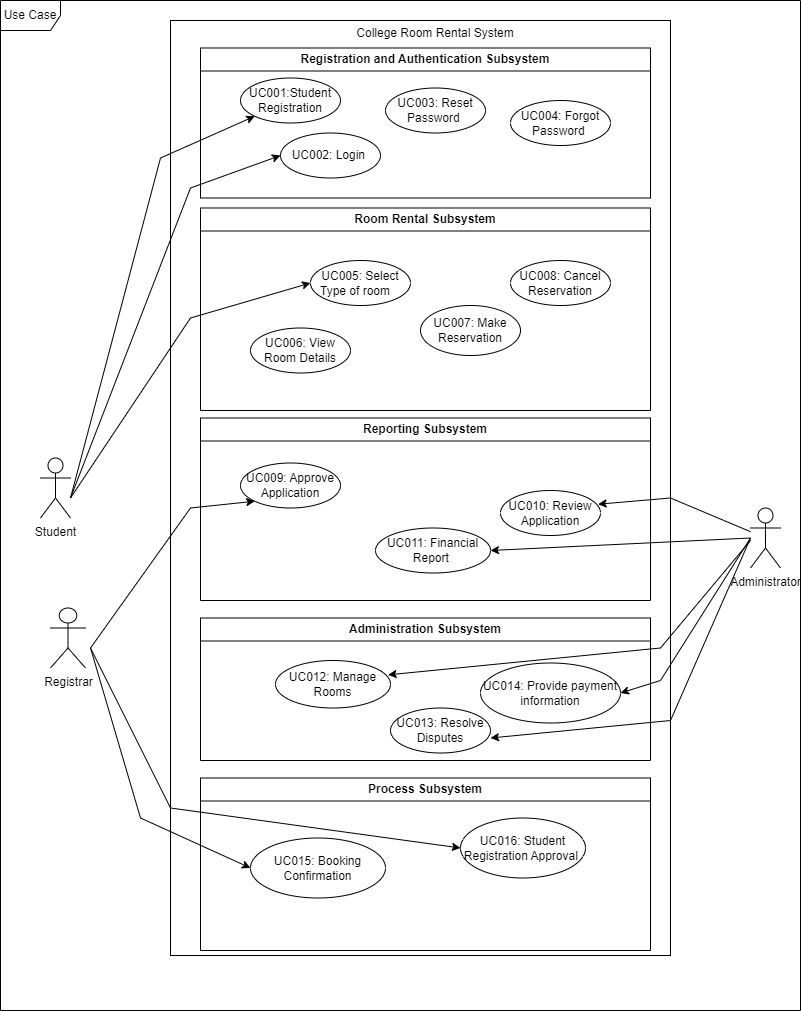
Earlier version of the draw.io export project/drawio/Alpha/useCasediagram.drawio.png (drshahizan/software-engineering). Source tidied: cells renumbered, new cells last; positions are measured from the earlier drawing's top-left corner, leaving out a move shared by most shapes.
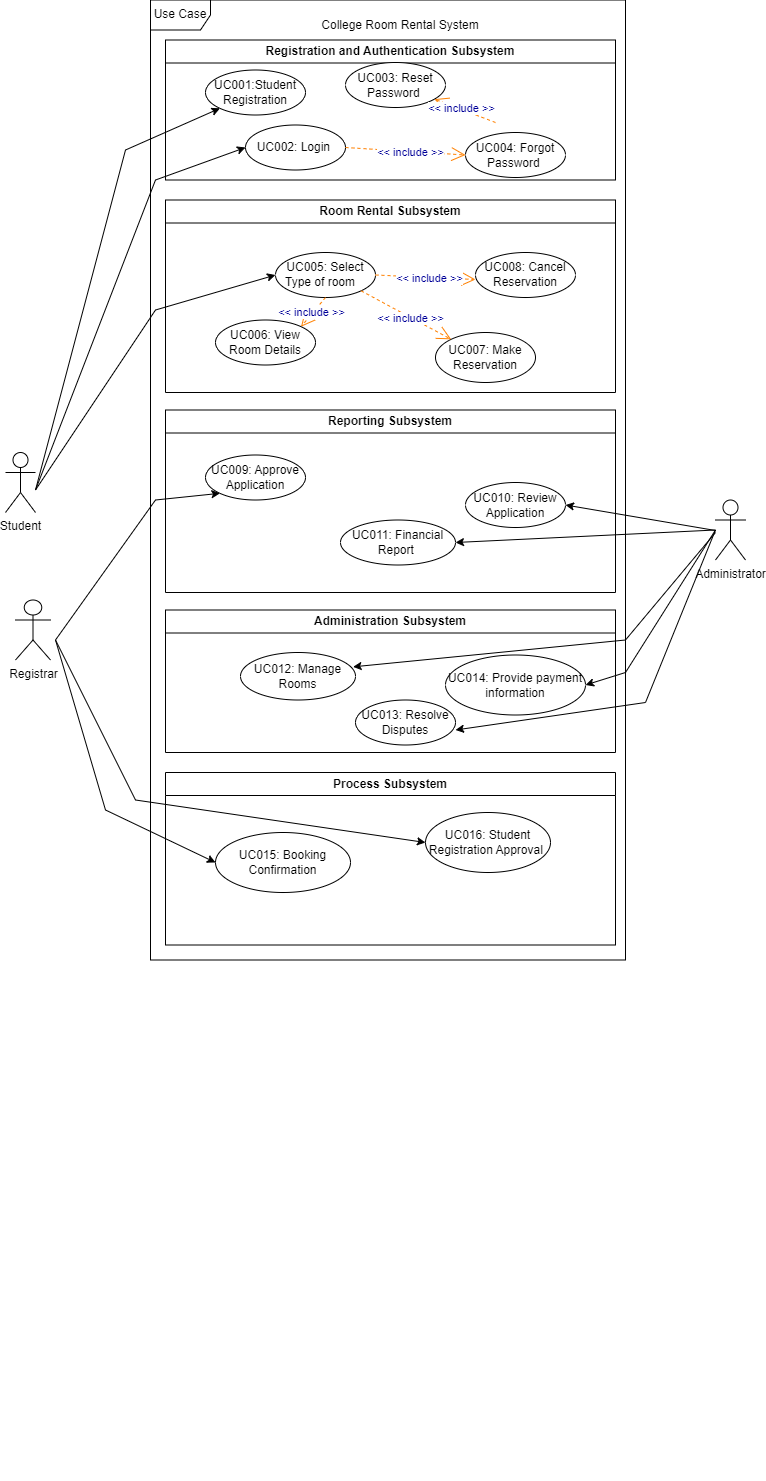
Above is the later version.

Diff of the diagram source:
```diff
@@ -5,8 +5,11 @@
     <mxCell id="2" value="College Room Rental System" style="text;html=1;strokeColor=none;fillColor=none;align=center;verticalAlign=middle;whiteSpace=wrap;rounded=0;" parent="1" vertex="1">
       <mxGeometry x="290" y="17.5" width="290" height="30" as="geometry" />
     </mxCell>
+    <mxCell id="40" style="group;" parent="1" vertex="1">
+      <mxGeometry x="50" y="47.5" width="730" height="1440" as="geometry" />
+    </mxCell>
-    <mxCell id="3" value="Registration and Authentication Subsystem" style="swimlane;whiteSpace=wrap;html=1;" parent="1" vertex="1">
-      <mxGeometry x="200" y="47.5" width="450" height="150" as="geometry" />
+    <mxCell id="3" value="Registration and Authentication Subsystem" style="swimlane;whiteSpace=wrap;html=1;" parent="40" vertex="1">
+      <mxGeometry x="150" width="450" height="140" as="geometry" />
     </mxCell>
     <mxCell id="4" value="UC001:Student Registration" style="ellipse;whiteSpace=wrap;html=1;" parent="3" vertex="1">
       <mxGeometry x="40" y="30" width="100" height="45" as="geometry" />
@@ -15,16 +18,30 @@
       <mxGeometry x="80" y="85" width="100" height="45" as="geometry" />
     </mxCell>
     <mxCell id="6" value="UC003: Reset Password&amp;nbsp;" style="ellipse;whiteSpace=wrap;html=1;" parent="3" vertex="1">
-      <mxGeometry x="185" y="40" width="100" height="45" as="geometry" />
+      <mxGeometry x="180" y="22.5" width="100" height="45" as="geometry" />
     </mxCell>
+    <mxCell id="41" value="&amp;lt;&amp;lt; include &amp;gt;&amp;gt;" style="endArrow=open;endSize=12;dashed=1;html=1;fontColor=#000099;strokeColor=#FF8000;" parent="3" edge="1" target="6">
+      <mxGeometry x="0.09" y="-1" relative="1" as="geometry">
+        <mxPoint x="330" y="82.5" as="sourcePoint" />
+      </mxGeometry>
+    </mxCell>
+    <mxCell id="24" value="UC004: Forgot Password&amp;nbsp;" style="ellipse;whiteSpace=wrap;html=1;" parent="3" vertex="1">
+      <mxGeometry x="300" y="92.5" width="100" height="45" as="geometry" />
+    </mxCell>
+    <mxCell id="42" value="&amp;lt;&amp;lt; include &amp;gt;&amp;gt;" style="endArrow=open;endSize=12;dashed=1;html=1;entryX=0;entryY=0.5;fontColor=#000099;strokeColor=#FF8000;entryDx=0;entryDy=0;exitX=1;exitY=0.5;exitDx=0;exitDy=0;" parent="3" edge="1" source="5" target="24">
+      <mxGeometry x="0.09" y="-1" relative="1" as="geometry" />
+    </mxCell>
+    <mxCell id="20" value="Use Case" style="shape=umlFrame;whiteSpace=wrap;html=1;" parent="3" vertex="1">
+      <mxGeometry x="-15" y="-40" width="475" height="960" as="geometry" />
+    </mxCell>
-    <mxCell id="7" value="Room Rental Subsystem" style="swimlane;whiteSpace=wrap;html=1;" parent="1" vertex="1">
-      <mxGeometry x="200" y="207.5" width="450" height="202.5" as="geometry" />
+    <mxCell id="7" value="Room Rental Subsystem" style="swimlane;whiteSpace=wrap;html=1;" parent="40" vertex="1">
+      <mxGeometry x="150" y="160" width="450" height="192.5" as="geometry" />
     </mxCell>
     <mxCell id="8" value="UC006: View Room Details" style="ellipse;whiteSpace=wrap;html=1;" parent="7" vertex="1">
       <mxGeometry x="50" y="120" width="100" height="45" as="geometry" />
     </mxCell>
     <mxCell id="9" value="UC007: Make Reservation" style="ellipse;whiteSpace=wrap;html=1;" parent="7" vertex="1">
-      <mxGeometry x="220" y="97.5" width="100" height="50" as="geometry" />
+      <mxGeometry x="270" y="132.5" width="100" height="50" as="geometry" />
     </mxCell>
     <mxCell id="10" value="UC005: Select Type of room&amp;nbsp; &amp;nbsp;" style="ellipse;whiteSpace=wrap;html=1;" parent="7" vertex="1">
       <mxGeometry x="110" y="52.5" width="100" height="45" as="geometry" />
@@ -32,8 +49,26 @@
     <mxCell id="11" value="UC008: Cancel Reservation" style="ellipse;whiteSpace=wrap;html=1;" parent="7" vertex="1">
       <mxGeometry x="310" y="52.5" width="100" height="45" as="geometry" />
     </mxCell>
+    <mxCell id="43" value="&amp;lt;&amp;lt; include &amp;gt;&amp;gt;" style="endArrow=open;endSize=12;dashed=1;html=1;entryX=1;entryY=0;fontColor=#000099;strokeColor=#FF8000;entryDx=0;entryDy=0;exitX=0.5;exitY=1;exitDx=0;exitDy=0;" parent="7" edge="1" source="10" target="8">
+      <mxGeometry x="0.09" y="-1" relative="1" as="geometry" />
+    </mxCell>
+    <mxCell id="44" value="&amp;lt;&amp;lt; include &amp;gt;&amp;gt;" style="endArrow=open;endSize=12;dashed=1;html=1;fontColor=#000099;strokeColor=#FF8000;exitX=1;exitY=1;exitDx=0;exitDy=0;" parent="7" edge="1" source="10" target="9">
+      <mxGeometry x="0.09" y="-1" relative="1" as="geometry" />
+    </mxCell>
+    <mxCell id="16" value="Process Subsystem" style="swimlane;whiteSpace=wrap;html=1;" parent="40" vertex="1">
+      <mxGeometry x="150" y="732.5" width="450" height="172.5" as="geometry" />
+    </mxCell>
+    <mxCell id="17" value="UC015: Booking Confirmation" style="ellipse;whiteSpace=wrap;html=1;" parent="16" vertex="1">
+      <mxGeometry x="50" y="60" width="135" height="60" as="geometry" />
+    </mxCell>
+    <mxCell id="18" value="UC016: Student Registration Approval&amp;nbsp;" style="ellipse;whiteSpace=wrap;html=1;" parent="16" vertex="1">
+      <mxGeometry x="260" y="40" width="125" height="60" as="geometry" />
+    </mxCell>
+    <mxCell id="21" value="Student" style="shape=umlActor;verticalLabelPosition=bottom;verticalAlign=top;html=1;" parent="16" vertex="1">
+      <mxGeometry x="-160" y="-320" width="30" height="60" as="geometry" />
+    </mxCell>
-    <mxCell id="12" value="Reporting Subsystem" style="swimlane;whiteSpace=wrap;html=1;" parent="1" vertex="1">
-      <mxGeometry x="200" y="417.5" width="450" height="182.5" as="geometry" />
+    <mxCell id="12" value="Reporting Subsystem" style="swimlane;whiteSpace=wrap;html=1;" parent="40" vertex="1">
+      <mxGeometry x="150" y="370" width="450" height="182.5" as="geometry" />
     </mxCell>
     <mxCell id="13" value="UC009: Approve Application" style="ellipse;whiteSpace=wrap;html=1;" parent="12" vertex="1">
       <mxGeometry x="40" y="45" width="100" height="45" as="geometry" />
@@ -44,35 +79,19 @@
     <mxCell id="15" value="UC011: Financial Report&amp;nbsp;" style="ellipse;whiteSpace=wrap;html=1;" parent="12" vertex="1">
       <mxGeometry x="175" y="110" width="115" height="45" as="geometry" />
     </mxCell>
-    <mxCell id="16" value="Process Subsystem" style="swimlane;whiteSpace=wrap;html=1;" parent="1" vertex="1">
-      <mxGeometry x="200" y="777.5" width="450" height="172.5" as="geometry" />
-    </mxCell>
-    <mxCell id="17" value="UC015: Booking Confirmation" style="ellipse;whiteSpace=wrap;html=1;" parent="16" vertex="1">
-      <mxGeometry x="50" y="60" width="135" height="60" as="geometry" />
-    </mxCell>
-    <mxCell id="18" value="UC016: Student Registration Approval&amp;nbsp;" style="ellipse;whiteSpace=wrap;html=1;" parent="16" vertex="1">
-      <mxGeometry x="260" y="40" width="125" height="60" as="geometry" />
-    </mxCell>
-    <mxCell id="19" style="rounded=0;whiteSpace=wrap;html=1;fillColor=none;" parent="16" vertex="1">
-      <mxGeometry x="-30" y="-757.5" width="500" height="935" as="geometry" />
-    </mxCell>
-    <mxCell id="20" value="Use Case" style="shape=umlFrame;whiteSpace=wrap;html=1;" parent="16" vertex="1">
-      <mxGeometry x="-200" y="-777.5" width="800" height="1010" as="geometry" />
-    </mxCell>
-    <mxCell id="21" value="Student" style="shape=umlActor;verticalLabelPosition=bottom;verticalAlign=top;html=1;" parent="1" vertex="1">
-      <mxGeometry x="40" y="457.5" width="30" height="60" as="geometry" />
-    </mxCell>
-    <mxCell id="22" value="Registrar" style="shape=umlActor;verticalLabelPosition=bottom;verticalAlign=top;html=1;" parent="1" vertex="1">
-      <mxGeometry x="50" y="607.5" width="35" height="60" as="geometry" />
+    <mxCell id="22" value="Registrar" style="shape=umlActor;verticalLabelPosition=bottom;verticalAlign=top;html=1;" parent="40" vertex="1">
+      <mxGeometry y="560" width="35" height="60" as="geometry" />
     </mxCell>
+    <mxCell id="45" style="edgeStyle=none;html=1;entryX=1;entryY=0.5;entryDx=0;entryDy=0;" parent="40" edge="1" target="14">
+      <mxGeometry relative="1" as="geometry">
+        <mxPoint x="700" y="490.5" as="sourcePoint" />
+      </mxGeometry>
+    </mxCell>
-    <mxCell id="23" value="Administrator" style="shape=umlActor;verticalLabelPosition=bottom;verticalAlign=top;html=1;outlineConnect=0;" parent="1" vertex="1">
-      <mxGeometry x="750" y="507.5" width="30" height="60" as="geometry" />
+    <mxCell id="23" value="Administrator" style="shape=umlActor;verticalLabelPosition=bottom;verticalAlign=top;html=1;outlineConnect=0;" parent="40" vertex="1">
+      <mxGeometry x="700" y="460" width="30" height="60" as="geometry" />
     </mxCell>
-    <mxCell id="24" value="UC004: Forgot Password&amp;nbsp;" style="ellipse;whiteSpace=wrap;html=1;" parent="1" vertex="1">
-      <mxGeometry x="510" y="100" width="100" height="45" as="geometry" />
-    </mxCell>
-    <mxCell id="25" value="Administration Subsystem" style="swimlane;whiteSpace=wrap;html=1;" parent="1" vertex="1">
-      <mxGeometry x="200" y="617.5" width="450" height="142.5" as="geometry" />
+    <mxCell id="25" value="Administration Subsystem" style="swimlane;whiteSpace=wrap;html=1;" parent="40" vertex="1">
+      <mxGeometry x="150" y="570" width="450" height="142.5" as="geometry" />
     </mxCell>
     <mxCell id="26" value="UC012: Manage Rooms" style="ellipse;whiteSpace=wrap;html=1;" parent="25" vertex="1">
       <mxGeometry x="75" y="42.5" width="115" height="47.5" as="geometry" />
@@ -83,90 +102,88 @@
     <mxCell id="28" value="UC014: Provide payment information" style="ellipse;whiteSpace=wrap;html=1;" parent="25" vertex="1">
       <mxGeometry x="280" y="45" width="140" height="60" as="geometry" />
     </mxCell>
-    <mxCell id="29" style="endArrow=classic;html=1;rounded=0;entryX=0;entryY=1;entryDx=0;entryDy=0;" parent="1" edge="1" target="4">
+    <mxCell id="29" style="endArrow=classic;html=1;rounded=0;entryX=0;entryY=1;entryDx=0;entryDy=0;" parent="40" edge="1" target="4">
       <mxGeometry relative="1" as="geometry">
-        <mxPoint x="70" y="497.5" as="sourcePoint" />
+        <mxPoint x="20" y="450" as="sourcePoint" />
         <Array as="points">
-          <mxPoint x="160" y="157.5" />
+          <mxPoint x="110" y="110" />
         </Array>
       </mxGeometry>
     </mxCell>
-    <mxCell id="30" style="endArrow=classic;html=1;rounded=0;entryX=0;entryY=0.5;entryDx=0;entryDy=0;" parent="1" edge="1" target="5">
+    <mxCell id="30" style="endArrow=classic;html=1;rounded=0;entryX=0;entryY=0.5;entryDx=0;entryDy=0;" parent="40" edge="1" target="5">
       <mxGeometry relative="1" as="geometry">
-        <mxPoint x="70" y="497.5" as="sourcePoint" />
+        <mxPoint x="20" y="450" as="sourcePoint" />
         <Array as="points">
-          <mxPoint x="190" y="187.5" />
+          <mxPoint x="140" y="140" />
         </Array>
       </mxGeometry>
     </mxCell>
-    <mxCell id="31" style="endArrow=classic;html=1;rounded=0;entryX=0;entryY=0.5;entryDx=0;entryDy=0;" parent="1" edge="1" target="18">
+    <mxCell id="31" style="endArrow=classic;html=1;rounded=0;entryX=0;entryY=0.5;entryDx=0;entryDy=0;" parent="40" edge="1" target="18">
       <mxGeometry relative="1" as="geometry">
-        <mxPoint x="90" y="647.5" as="sourcePoint" />
+        <mxPoint x="40" y="600" as="sourcePoint" />
         <Array as="points">
-          <mxPoint x="170" y="807.5" />
+          <mxPoint x="120" y="760" />
         </Array>
       </mxGeometry>
     </mxCell>
-    <mxCell id="32" style="endArrow=classic;html=1;rounded=0;entryX=0;entryY=0.5;entryDx=0;entryDy=0;" parent="1" edge="1" target="10">
+    <mxCell id="32" style="endArrow=classic;html=1;rounded=0;entryX=0;entryY=0.5;entryDx=0;entryDy=0;" parent="40" edge="1" target="10">
       <mxGeometry relative="1" as="geometry">
-        <mxPoint x="70" y="497.5" as="sourcePoint" />
+        <mxPoint x="20" y="450" as="sourcePoint" />
         <Array as="points">
-          <mxPoint x="190" y="317.5" />
+          <mxPoint x="140" y="270" />
         </Array>
       </mxGeometry>
     </mxCell>
-    <mxCell id="33" style="endArrow=classic;html=1;rounded=0;entryX=0.976;entryY=0.305;entryDx=0;entryDy=0;entryPerimeter=0;" parent="1" edge="1" source="23" target="14">
-      <mxGeometry relative="1" as="geometry">
-        <Array as="points">
-          <mxPoint x="670" y="497.5" />
-        </Array>
-      </mxGeometry>
-    </mxCell>
-    <mxCell id="34" style="endArrow=classic;html=1;rounded=0;entryX=1;entryY=0.5;entryDx=0;entryDy=0;" parent="1" edge="1" target="28">
+    <mxCell id="34" style="endArrow=classic;html=1;rounded=0;entryX=1;entryY=0.5;entryDx=0;entryDy=0;" parent="40" edge="1" target="28">
       <mxGeometry relative="1" as="geometry">
-        <mxPoint x="750" y="537.5" as="sourcePoint" />
+        <mxPoint x="700" y="490" as="sourcePoint" />
         <Array as="points">
-          <mxPoint x="660" y="680" />
+          <mxPoint x="610" y="632.5" />
         </Array>
       </mxGeometry>
     </mxCell>
-    <mxCell id="35" style="endArrow=classic;html=1;rounded=0;entryX=1;entryY=0.5;entryDx=0;entryDy=0;" parent="1" edge="1" target="15">
+    <mxCell id="35" style="endArrow=classic;html=1;rounded=0;entryX=1;entryY=0.5;entryDx=0;entryDy=0;" parent="40" edge="1" target="15">
       <mxGeometry relative="1" as="geometry">
-        <mxPoint x="750" y="537.5" as="sourcePoint" />
+        <mxPoint x="700" y="490" as="sourcePoint" />
       </mxGeometry>
     </mxCell>
+    <mxCell id="37" style="endArrow=classic;html=1;rounded=0;" parent="40" edge="1">
+      <mxGeometry relative="1" as="geometry">
+        <mxPoint x="700" y="490" as="sourcePoint" />
+        <mxPoint x="440" y="690" as="targetPoint" />
+        <Array as="points">
+          <mxPoint x="630" y="662.5" />
+        </Array>
+      </mxGeometry>
+    </mxCell>
-    <mxCell id="36" style="endArrow=classic;html=1;rounded=0;entryX=0;entryY=0.5;entryDx=0;entryDy=0;" parent="1" edge="1" target="17">
+    <mxCell id="36" style="endArrow=classic;html=1;rounded=0;entryX=0;entryY=0.5;entryDx=0;entryDy=0;" parent="40" edge="1" target="17">
       <mxGeometry relative="1" as="geometry">
-        <mxPoint x="90" y="647.5" as="sourcePoint" />
+        <mxPoint x="40" y="600" as="sourcePoint" />
         <Array as="points">
-          <mxPoint x="140" y="817.5" />
+          <mxPoint x="90" y="770" />
         </Array>
       </mxGeometry>
     </mxCell>
-    <mxCell id="37" style="endArrow=classic;html=1;rounded=0;" parent="1" edge="1">
-      <mxGeometry relative="1" as="geometry">
-        <mxPoint x="750" y="537.5" as="sourcePoint" />
-        <mxPoint x="490" y="737.5" as="targetPoint" />
-        <Array as="points">
-          <mxPoint x="670" y="720" />
-        </Array>
-      </mxGeometry>
-    </mxCell>
-    <mxCell id="38" style="endArrow=classic;html=1;rounded=0;entryX=0.979;entryY=0.302;entryDx=0;entryDy=0;entryPerimeter=0;" parent="1" edge="1" target="26">
+    <mxCell id="38" style="endArrow=classic;html=1;rounded=0;entryX=0.979;entryY=0.302;entryDx=0;entryDy=0;entryPerimeter=0;" parent="40" edge="1" target="26">
       <mxGeometry relative="1" as="geometry">
-        <mxPoint x="750" y="540" as="sourcePoint" />
+        <mxPoint x="700" y="492.5" as="sourcePoint" />
         <Array as="points">
-          <mxPoint x="660" y="647.5" />
+          <mxPoint x="610" y="600" />
         </Array>
       </mxGeometry>
     </mxCell>
-    <mxCell id="39" style="endArrow=classic;html=1;rounded=0;entryX=0;entryY=1;entryDx=0;entryDy=0;" parent="1" edge="1" target="13">
+    <mxCell id="39" style="endArrow=classic;html=1;rounded=0;entryX=0;entryY=1;entryDx=0;entryDy=0;" parent="40" edge="1" target="13">
       <mxGeometry relative="1" as="geometry">
-        <mxPoint x="90" y="647.5" as="sourcePoint" />
+        <mxPoint x="40" y="600" as="sourcePoint" />
         <Array as="points">
-          <mxPoint x="190" y="507.5" />
+          <mxPoint x="140" y="460" />
         </Array>
       </mxGeometry>
     </mxCell>
+    <mxCell id="46" value="&amp;lt;&amp;lt; include &amp;gt;&amp;gt;" style="endArrow=open;endSize=12;dashed=1;html=1;fontColor=#000099;strokeColor=#FF8000;exitX=1;exitY=0.5;exitDx=0;exitDy=0;" parent="40" edge="1" source="10">
+      <mxGeometry x="0.09" y="-1" relative="1" as="geometry">
+        <mxPoint x="460" y="239.5" as="targetPoint" />
+      </mxGeometry>
+    </mxCell>
   </root>
 </mxGraphModel>
```
